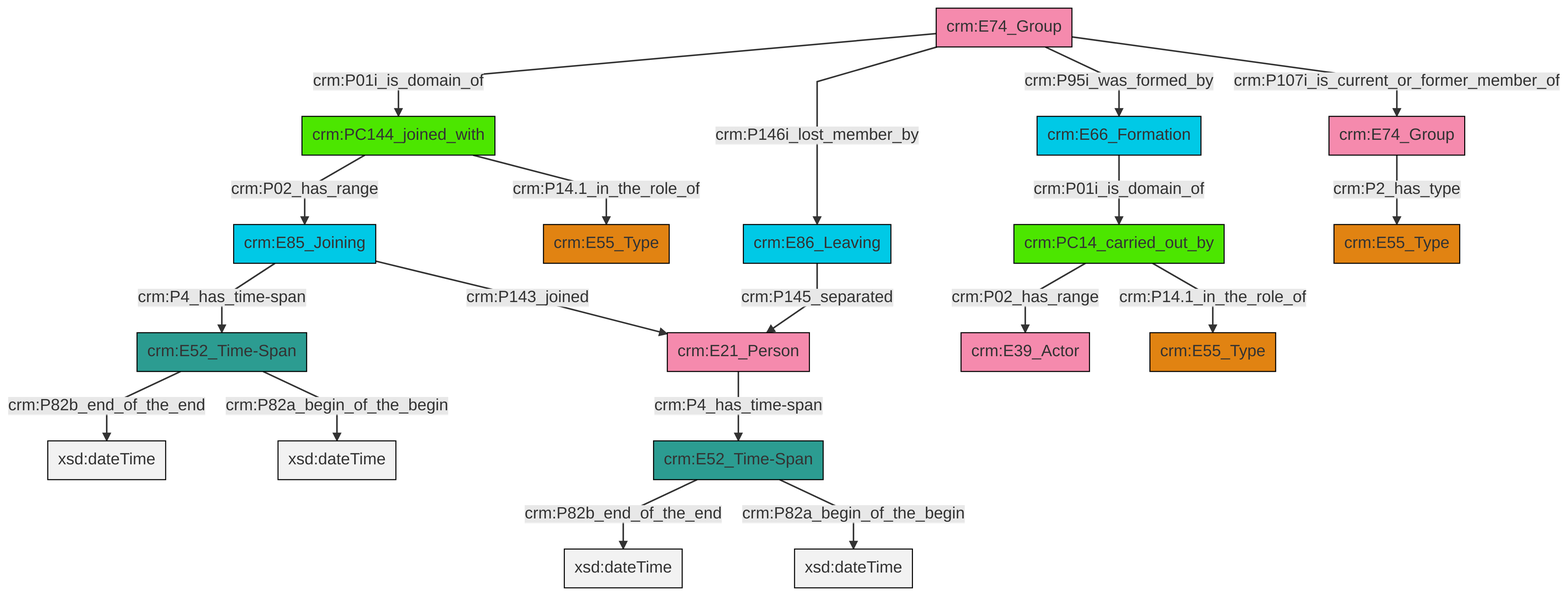
This is et/groupCSV/ttl/mmd/png/group_actor_relations.png from swiss-art-research-net/reference-data-models, a Mermaid export, as it was before one commit. Its source is kept beside it as et/groupCSV/ttl/mmd/group_actor_relations.ttl.mmd.
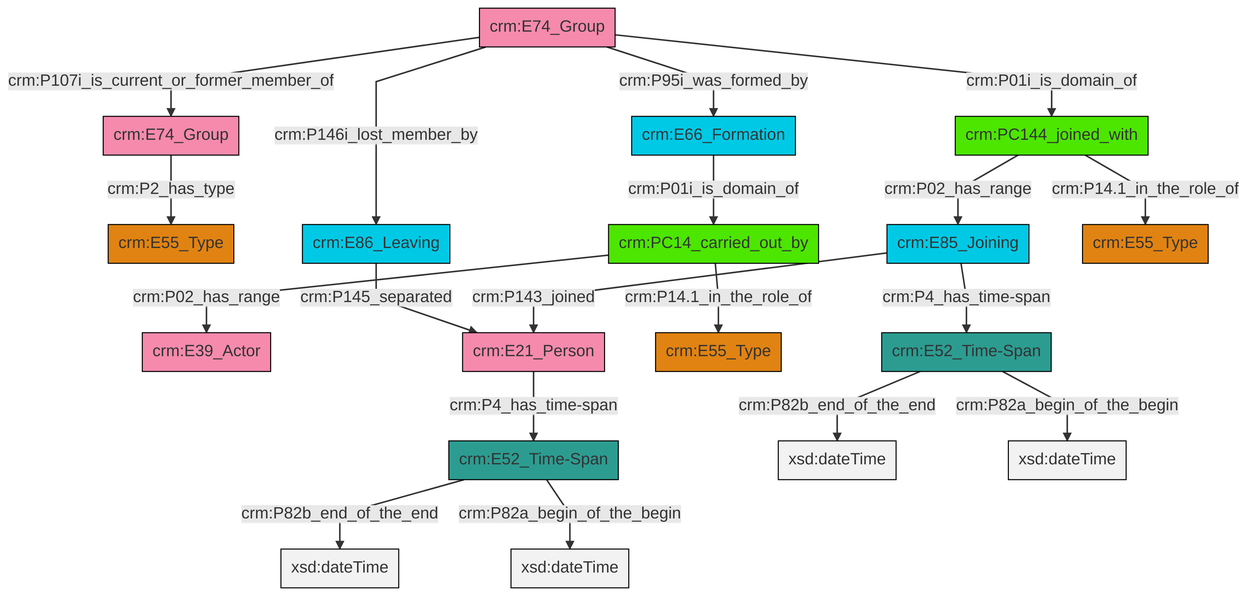
The same diagram one commit later.

What changed in the source:
```diff
@@ -13,21 +13,21 @@
 classDef PC_Classes fill:#4ce600, stroke:#000000;
 classDef Multi fill:#cccccc,stroke:#000000;
 
-0["crm:E52_Time-Span"]:::Time-Span -->|crm:P82b_end_of_the_end| 1[xsd:dateTime]:::Literal
-2["crm:PC144_joined_with"]:::PC_Classes -->|crm:P02_has_range| 3["crm:E85_Joining"]:::Temporal_Entity
-0["crm:E52_Time-Span"]:::Time-Span -->|crm:P82a_begin_of_the_begin| 8[xsd:dateTime]:::Literal
-4["crm:E74_Group"]:::Actor -->|crm:P01i_is_domain_of| 2["crm:PC144_joined_with"]:::PC_Classes
-10["crm:E52_Time-Span"]:::Time-Span -->|crm:P82b_end_of_the_end| 11[xsd:dateTime]:::Literal
-16["crm:E66_Formation"]:::Temporal_Entity -->|crm:P01i_is_domain_of| 17["crm:PC14_carried_out_by"]:::PC_Classes
-17["crm:PC14_carried_out_by"]:::PC_Classes -->|crm:P02_has_range| 19["crm:E39_Actor"]:::Actor
-3["crm:E85_Joining"]:::Temporal_Entity -->|crm:P4_has_time-span| 0["crm:E52_Time-Span"]:::Time-Span
-4["crm:E74_Group"]:::Actor -->|crm:P95i_was_formed_by| 16["crm:E66_Formation"]:::Temporal_Entity
-6["crm:E21_Person"]:::Actor -->|crm:P4_has_time-span| 10["crm:E52_Time-Span"]:::Time-Span
-23["crm:E74_Group"]:::Actor -->|crm:P2_has_type| 20["crm:E55_Type"]:::Type
-17["crm:PC14_carried_out_by"]:::PC_Classes -->|crm:P14.1_in_the_role_of| 25["crm:E55_Type"]:::Type
-4["crm:E74_Group"]:::Actor -->|crm:P107i_is_current_or_former_member_of| 23["crm:E74_Group"]:::Actor
-14["crm:E86_Leaving"]:::Temporal_Entity -->|crm:P145_separated| 6["crm:E21_Person"]:::Actor
-2["crm:PC144_joined_with"]:::PC_Classes -->|crm:P14.1_in_the_role_of| 12["crm:E55_Type"]:::Type
-10["crm:E52_Time-Span"]:::Time-Span -->|crm:P82a_begin_of_the_begin| 30[xsd:dateTime]:::Literal
-4["crm:E74_Group"]:::Actor -->|crm:P146i_lost_member_by| 14["crm:E86_Leaving"]:::Temporal_Entity
-3["crm:E85_Joining"]:::Temporal_Entity -->|crm:P143_joined| 6["crm:E21_Person"]:::Actor
+12["crm:E74_Group"]:::Actor -->|crm:P146i_lost_member_by| 13["crm:E86_Leaving"]:::Temporal_Entity
+0["crm:PC144_joined_with"]:::PC_Classes -->|crm:P02_has_range| 6["crm:E85_Joining"]:::Temporal_Entity
+6["crm:E85_Joining"]:::Temporal_Entity -->|crm:P4_has_time-span| 10["crm:E52_Time-Span"]:::Time-Span
+17["crm:E52_Time-Span"]:::Time-Span -->|crm:P82b_end_of_the_end| 18[xsd:dateTime]:::Literal
+6["crm:E85_Joining"]:::Temporal_Entity -->|crm:P143_joined| 19["crm:E21_Person"]:::Actor
+10["crm:E52_Time-Span"]:::Time-Span -->|crm:P82b_end_of_the_end| 20[xsd:dateTime]:::Literal
+21["crm:PC14_carried_out_by"]:::PC_Classes -->|crm:P14.1_in_the_role_of| 14["crm:E55_Type"]:::Type
+0["crm:PC144_joined_with"]:::PC_Classes -->|crm:P14.1_in_the_role_of| 22["crm:E55_Type"]:::Type
+12["crm:E74_Group"]:::Actor -->|crm:P95i_was_formed_by| 23["crm:E66_Formation"]:::Temporal_Entity
+10["crm:E52_Time-Span"]:::Time-Span -->|crm:P82a_begin_of_the_begin| 24[xsd:dateTime]:::Literal
+19["crm:E21_Person"]:::Actor -->|crm:P4_has_time-span| 17["crm:E52_Time-Span"]:::Time-Span
+23["crm:E66_Formation"]:::Temporal_Entity -->|crm:P01i_is_domain_of| 21["crm:PC14_carried_out_by"]:::PC_Classes
+21["crm:PC14_carried_out_by"]:::PC_Classes -->|crm:P02_has_range| 4["crm:E39_Actor"]:::Actor
+17["crm:E52_Time-Span"]:::Time-Span -->|crm:P82a_begin_of_the_begin| 30[xsd:dateTime]:::Literal
+12["crm:E74_Group"]:::Actor -->|crm:P01i_is_domain_of| 0["crm:PC144_joined_with"]:::PC_Classes
+13["crm:E86_Leaving"]:::Temporal_Entity -->|crm:P145_separated| 19["crm:E21_Person"]:::Actor
+12["crm:E74_Group"]:::Actor -->|crm:P107i_is_current_or_former_member_of| 8["crm:E74_Group"]:::Actor
+8["crm:E74_Group"]:::Actor -->|crm:P2_has_type| 2["crm:E55_Type"]:::Type
```
